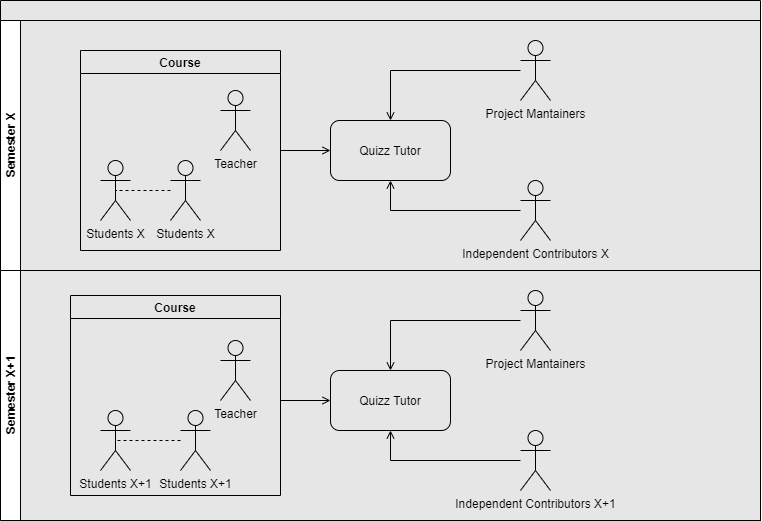
Above: documentation/pictures/Work Assignment View.png in dmmnjaws/ASoft-2020-2021-quizzes-tutor-arquitecture-documentation (draw.io), before the change. Source tidied: cells renumbered, new cells last; positions are measured from the earlier drawing's top-left corner, leaving out a move shared by most shapes.
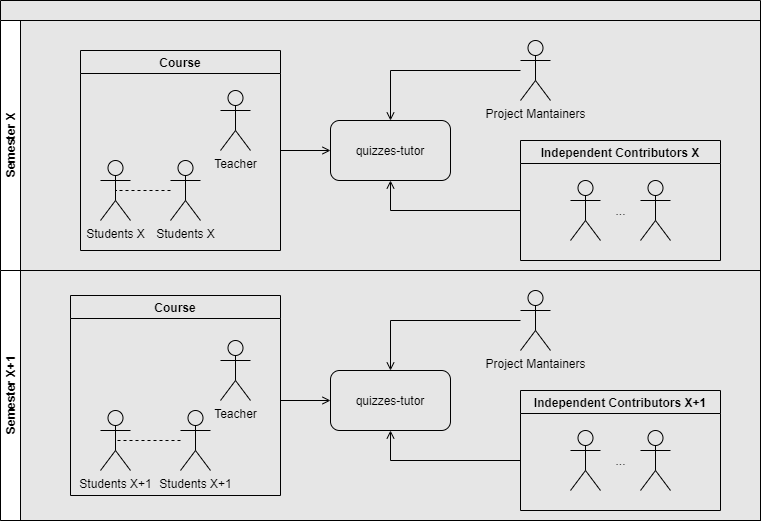
After the change.

Commit message:
diagram update to work assignment view

What changed in the source:
```diff
@@ -17,12 +17,12 @@
     <mxCell id="6" value="Semester X" style="swimlane;html=1;startSize=20;horizontal=0;" parent="5" vertex="1">
       <mxGeometry y="20" width="760" height="250" as="geometry" />
     </mxCell>
-    <mxCell id="7" style="rounded=0;whiteSpace=wrap;html=1;fillColor=#E6E6E6;" parent="6" vertex="1">
-      <mxGeometry x="20" width="740" height="250" as="geometry" />
-    </mxCell>
-    <mxCell id="8" style="edgeStyle=orthogonalEdgeStyle;rounded=0;jettySize=auto;html=1;exitX=1;exitY=0.5;exitDx=0;exitDy=0;entryX=0;entryY=0.5;entryDx=0;entryDy=0;endArrow=open;endFill=0;" parent="6" edge="1" source="9" target="14">
-      <mxGeometry relative="1" as="geometry" />
-    </mxCell>
+    <mxCell id="32" style="rounded=0;whiteSpace=wrap;html=1;fillColor=#E6E6E6;" parent="6" vertex="1">
+      <mxGeometry x="20" width="740" height="250" as="geometry" />
+    </mxCell>
+    <mxCell id="33" style="edgeStyle=orthogonalEdgeStyle;rounded=0;jettySize=auto;html=1;exitX=1;exitY=0.5;exitDx=0;exitDy=0;entryX=0;entryY=0.5;entryDx=0;entryDy=0;endArrow=open;endFill=0;" parent="6" edge="1" source="9" target="34">
+      <mxGeometry relative="1" as="geometry" />
+    </mxCell>
     <mxCell id="9" value="Course" style="swimlane;strokeColor=#000000;fillColor=#E6E6E6;" parent="6" vertex="1">
       <mxGeometry x="80" y="30" width="200" height="200" as="geometry" />
     </mxCell>
@@ -38,27 +38,38 @@
     <mxCell id="13" value="Teacher" style="shape=umlActor;verticalLabelPosition=bottom;verticalAlign=top;html=1;strokeColor=#000000;fillColor=#E6E6E6;" parent="9" vertex="1">
       <mxGeometry x="140" y="40" width="30" height="60" as="geometry" />
     </mxCell>
-    <mxCell id="14" value="Quizz Tutor" style="rounded=1;whiteSpace=wrap;html=1;strokeColor=#000000;fillColor=#E6E6E6;" parent="6" vertex="1">
-      <mxGeometry x="330" y="100" width="120" height="60" as="geometry" />
-    </mxCell>
-    <mxCell id="15" style="edgeStyle=orthogonalEdgeStyle;rounded=0;jettySize=auto;html=1;endArrow=open;endFill=0;" parent="6" edge="1" source="16" target="14">
-      <mxGeometry relative="1" as="geometry" />
-    </mxCell>
-    <mxCell id="16" value="Project Mantainers" style="shape=umlActor;verticalLabelPosition=bottom;verticalAlign=top;html=1;outlineConnect=0;strokeColor=#000000;fillColor=#E6E6E6;" parent="6" vertex="1">
-      <mxGeometry x="520" y="20" width="30" height="60" as="geometry" />
-    </mxCell>
-    <mxCell id="17" style="edgeStyle=orthogonalEdgeStyle;rounded=0;jettySize=auto;html=1;entryX=0.5;entryY=1;entryDx=0;entryDy=0;endArrow=open;endFill=0;" parent="6" edge="1" source="18" target="14">
-      <mxGeometry relative="1" as="geometry" />
-    </mxCell>
+    <mxCell id="34" value="quizzes-tutor" style="rounded=1;whiteSpace=wrap;html=1;strokeColor=#000000;fillColor=#E6E6E6;" parent="6" vertex="1">
+      <mxGeometry x="330" y="100" width="120" height="60" as="geometry" />
+    </mxCell>
+    <mxCell id="35" style="edgeStyle=orthogonalEdgeStyle;rounded=0;jettySize=auto;html=1;endArrow=open;endFill=0;" parent="6" edge="1" source="36" target="34">
+      <mxGeometry relative="1" as="geometry" />
+    </mxCell>
+    <mxCell id="36" value="Project Mantainers" style="shape=umlActor;verticalLabelPosition=bottom;verticalAlign=top;html=1;outlineConnect=0;strokeColor=#000000;fillColor=#E6E6E6;" parent="6" vertex="1">
+      <mxGeometry x="520" y="20" width="30" height="60" as="geometry" />
+    </mxCell>
+    <mxCell id="37" style="edgeStyle=orthogonalEdgeStyle;rounded=0;jettySize=auto;html=1;entryX=0.5;entryY=1;entryDx=0;entryDy=0;endArrow=open;endFill=0;" parent="6" edge="1" target="34">
+      <mxGeometry relative="1" as="geometry">
+        <mxPoint x="520" y="190" as="sourcePoint" />
+      </mxGeometry>
+    </mxCell>
+    <mxCell id="38" style="shape=umlActor;verticalLabelPosition=bottom;verticalAlign=top;html=1;strokeColor=#000000;fillColor=#E6E6E6;" parent="6" vertex="1">
+      <mxGeometry x="570" y="160" width="30" height="60" as="geometry" />
+    </mxCell>
-    <mxCell id="18" value="Independent Contributors X" style="shape=umlActor;verticalLabelPosition=bottom;verticalAlign=top;html=1;outlineConnect=0;strokeColor=#000000;fillColor=#E6E6E6;" parent="6" vertex="1">
-      <mxGeometry x="520" y="160" width="30" height="60" as="geometry" />
+    <mxCell id="18" value="Independent Contributors X" style="swimlane;strokeColor=#000000;fillColor=#E6E6E6;startSize=23;" parent="6" vertex="1">
+      <mxGeometry x="520" y="120" width="200" height="120" as="geometry" />
     </mxCell>
+    <mxCell id="39" style="shape=umlActor;verticalLabelPosition=bottom;verticalAlign=top;html=1;strokeColor=#000000;fillColor=#E6E6E6;" parent="6" vertex="1">
+      <mxGeometry x="640" y="160" width="30" height="60" as="geometry" />
+    </mxCell>
+    <mxCell id="40" value="..." style="text;html=1;align=center;verticalAlign=middle;" parent="6" vertex="1">
+      <mxGeometry x="605" y="180" width="30" height="20" as="geometry" />
+    </mxCell>
     <mxCell id="19" value="Semester X+1" style="swimlane;html=1;startSize=20;horizontal=0;" parent="5" vertex="1">
       <mxGeometry y="270" width="760" height="250" as="geometry" />
     </mxCell>
-    <mxCell id="20" style="rounded=0;whiteSpace=wrap;html=1;fillColor=#E6E6E6;" parent="19" vertex="1">
-      <mxGeometry x="20" width="740" height="250" as="geometry" />
-    </mxCell>
+    <mxCell id="41" style="rounded=0;whiteSpace=wrap;html=1;fillColor=#E6E6E6;" parent="19" vertex="1">
+      <mxGeometry x="20" width="740" height="250" as="geometry" />
+    </mxCell>
     <mxCell id="21" value="Course" style="swimlane;strokeColor=#000000;fillColor=#E6E6E6;" parent="19" vertex="1">
       <mxGeometry x="70" y="25" width="210" height="200" as="geometry" />
     </mxCell>
@@ -74,25 +85,36 @@
     <mxCell id="25" value="Teacher" style="shape=umlActor;verticalLabelPosition=bottom;verticalAlign=top;html=1;strokeColor=#000000;fillColor=#E6E6E6;" parent="19" vertex="1">
       <mxGeometry x="220" y="70" width="30" height="60" as="geometry" />
     </mxCell>
-    <mxCell id="26" style="edgeStyle=orthogonalEdgeStyle;rounded=0;jettySize=auto;html=1;exitX=1;exitY=0.5;exitDx=0;exitDy=0;entryX=0;entryY=0.5;entryDx=0;entryDy=0;endArrow=open;endFill=0;" parent="19" edge="1" target="27">
-      <mxGeometry relative="1" as="geometry">
-        <mxPoint x="280" y="130" as="sourcePoint" />
-      </mxGeometry>
-    </mxCell>
-    <mxCell id="27" value="Quizz Tutor" style="rounded=1;whiteSpace=wrap;html=1;strokeColor=#000000;fillColor=#E6E6E6;" parent="19" vertex="1">
-      <mxGeometry x="330" y="100" width="120" height="60" as="geometry" />
-    </mxCell>
-    <mxCell id="28" style="edgeStyle=orthogonalEdgeStyle;rounded=0;jettySize=auto;html=1;endArrow=open;endFill=0;" parent="19" edge="1" source="29" target="27">
-      <mxGeometry relative="1" as="geometry" />
-    </mxCell>
-    <mxCell id="29" value="Project Mantainers" style="shape=umlActor;verticalLabelPosition=bottom;verticalAlign=top;html=1;outlineConnect=0;strokeColor=#000000;fillColor=#E6E6E6;" parent="19" vertex="1">
-      <mxGeometry x="520" y="20" width="30" height="60" as="geometry" />
-    </mxCell>
-    <mxCell id="30" style="edgeStyle=orthogonalEdgeStyle;rounded=0;jettySize=auto;html=1;entryX=0.5;entryY=1;entryDx=0;entryDy=0;endArrow=open;endFill=0;" parent="19" edge="1" source="31" target="27">
-      <mxGeometry relative="1" as="geometry" />
-    </mxCell>
+    <mxCell id="42" style="edgeStyle=orthogonalEdgeStyle;rounded=0;jettySize=auto;html=1;exitX=1;exitY=0.5;exitDx=0;exitDy=0;entryX=0;entryY=0.5;entryDx=0;entryDy=0;endArrow=open;endFill=0;" parent="19" edge="1" target="43">
+      <mxGeometry relative="1" as="geometry">
+        <mxPoint x="280" y="130" as="sourcePoint" />
+      </mxGeometry>
+    </mxCell>
+    <mxCell id="43" value="quizzes-tutor" style="rounded=1;whiteSpace=wrap;html=1;strokeColor=#000000;fillColor=#E6E6E6;" parent="19" vertex="1">
+      <mxGeometry x="330" y="100" width="120" height="60" as="geometry" />
+    </mxCell>
+    <mxCell id="44" style="edgeStyle=orthogonalEdgeStyle;rounded=0;jettySize=auto;html=1;endArrow=open;endFill=0;" parent="19" edge="1" source="45" target="43">
+      <mxGeometry relative="1" as="geometry" />
+    </mxCell>
+    <mxCell id="45" value="Project Mantainers" style="shape=umlActor;verticalLabelPosition=bottom;verticalAlign=top;html=1;outlineConnect=0;strokeColor=#000000;fillColor=#E6E6E6;" parent="19" vertex="1">
+      <mxGeometry x="520" y="20" width="30" height="60" as="geometry" />
+    </mxCell>
+    <mxCell id="46" style="edgeStyle=orthogonalEdgeStyle;rounded=0;jettySize=auto;html=1;entryX=0.5;entryY=1;entryDx=0;entryDy=0;endArrow=open;endFill=0;" parent="19" edge="1" target="43">
+      <mxGeometry relative="1" as="geometry">
+        <mxPoint x="520" y="190" as="sourcePoint" />
+      </mxGeometry>
+    </mxCell>
+    <mxCell id="47" style="shape=umlActor;verticalLabelPosition=bottom;verticalAlign=top;html=1;strokeColor=#000000;fillColor=#E6E6E6;" parent="19" vertex="1">
+      <mxGeometry x="570" y="160" width="30" height="60" as="geometry" />
+    </mxCell>
-    <mxCell id="31" value="Independent Contributors X+1" style="shape=umlActor;verticalLabelPosition=bottom;verticalAlign=top;html=1;outlineConnect=0;strokeColor=#000000;fillColor=#E6E6E6;" parent="19" vertex="1">
-      <mxGeometry x="520" y="160" width="30" height="60" as="geometry" />
+    <mxCell id="31" value="Independent Contributors X+1" style="swimlane;strokeColor=#000000;fillColor=#E6E6E6;startSize=23;" parent="19" vertex="1">
+      <mxGeometry x="520" y="120" width="200" height="120" as="geometry" />
     </mxCell>
+    <mxCell id="48" style="shape=umlActor;verticalLabelPosition=bottom;verticalAlign=top;html=1;strokeColor=#000000;fillColor=#E6E6E6;" parent="19" vertex="1">
+      <mxGeometry x="640" y="160" width="30" height="60" as="geometry" />
+    </mxCell>
+    <mxCell id="49" value="..." style="text;html=1;align=center;verticalAlign=middle;" parent="19" vertex="1">
+      <mxGeometry x="605" y="180" width="30" height="20" as="geometry" />
+    </mxCell>
   </root>
 </mxGraphModel>
```
